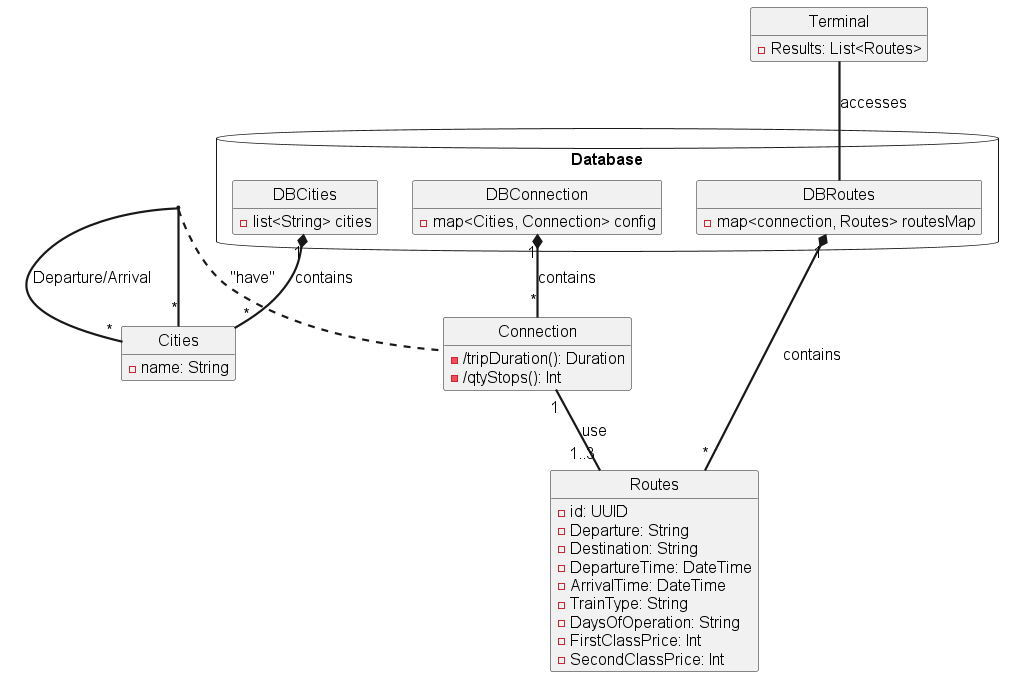
Above: out/docs/domain/Domain Model.png in Cimpo1/SOEN342_2025 (PlantUML), before the change.
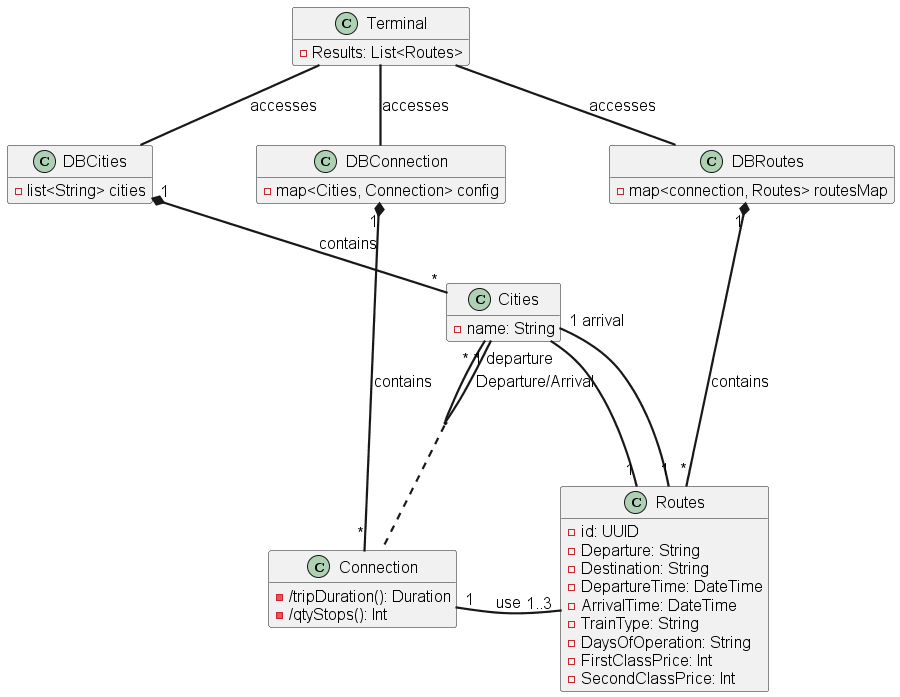
The same file after the commit.

What changed in the source:
```diff
@@ -1,5 +1,4 @@
 @startuml Domain Model
-skinparam style strictuml
 skinparam DefaultFontName Arial
 skinparam DefaultFontSize 16
 skinparam DefaultFontStyle bold
@@ -22,17 +21,17 @@
     - SecondClassPrice: Int
 }
 
-package "Database" <<Database>> {
-    class "DBRoutes" as DBRoutes {
-        - map<connection, Routes> routesMap
-    }
-    class "DBConnection" as DBConnection {
-        - map<Cities, Connection> config
-    }
-    class "DBCities" as DBCities {
-        - list<String> cities
-    }
+
+class "DBRoutes" as DBRoutes {
+    - map<connection, Routes> routesMap
 }
+class "DBConnection" as DBConnection {
+    - map<Cities, Connection> config
+}
+class "DBCities" as DBCities {
+    - list<String> cities
+}
+
 
 class "Connection" as connection {
     - /tripDuration(): Duration
@@ -51,12 +50,24 @@
 
 terminal  -- DBRoutes : "accesses"
 
+terminal  -- DBCities : "accesses"
+
+terminal  -- DBConnection : "accesses"
+
+DBCities  -[hidden]> DBConnection : "accesses"
+DBConnection  -[hidden]> DBRoutes : "accesses"
+connection  -[hidden]> routes : "accesses"
+
 DBRoutes "1" *-- "*" routes : "contains"
 
-(cities, cities) .. connection : "have"
+
+(cities, cities) .. connection
 
 connection "1" -- "1..3" routes : "use"
 
+cities "1 departure" -- "1" routes
+
+cities "1 arrival" -- "1" routes
 
 
 
```
